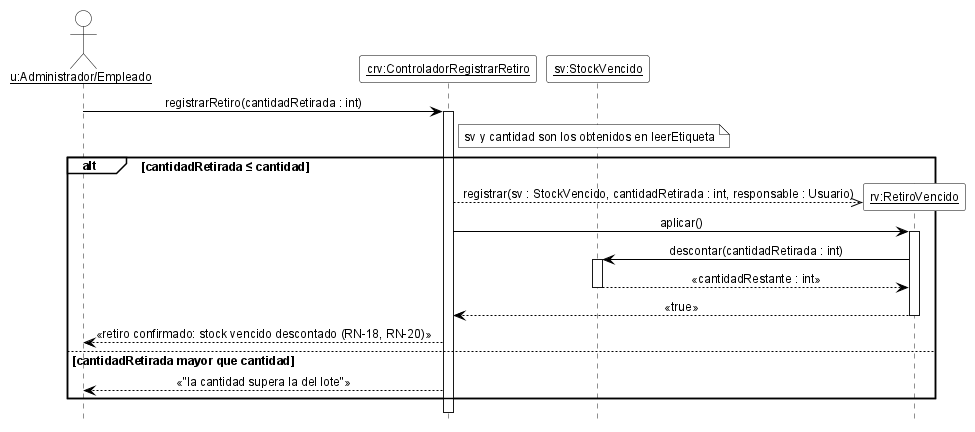
Earlier version of the PlantUML export 08-Diagrama De Secuencia/DSD_CU-07_registrarRetiro.png (cirotop/Stock-Project). Its diagram source:
```plantuml
@startuml DSD_CU-07_registrarRetiro
hide footbox
skinparam shadowing false
skinparam defaultFontName Arial
skinparam defaultFontSize 12
skinparam sequenceMessageAlign center
skinparam ArrowColor black
skinparam ParticipantBackgroundColor white
skinparam ParticipantBorderColor black
skinparam CollectionsBackgroundColor white
skinparam CollectionsBorderColor black
skinparam ActorBackgroundColor white
skinparam ActorBorderColor black
skinparam LifeLineBorderColor black
skinparam LifeLineBackgroundColor white
skinparam SequenceGroupBackgroundColor white
skinparam SequenceGroupBorderColor black
skinparam SequenceGroupHeaderFontColor black
skinparam NoteBackgroundColor white
skinparam NoteBorderColor black

actor "<u>u:Administrador/Empleado</u>" as u
participant "<u>crv:ControladorRegistrarRetiro</u>" as crv
participant "<u>sv:StockVencido</u>" as sv

u -> crv ++ : registrarRetiro(cantidadRetirada : int)
note right of crv : sv y cantidad son los obtenidos en leerEtiqueta
alt cantidadRetirada ≤ cantidad
  create participant "<u>rv:RetiroVencido</u>" as rv
  crv -->> rv : registrar(sv : StockVencido, cantidadRetirada : int, responsable : Usuario)
  crv -> rv ++ : aplicar()
  rv -> sv ++ : descontar(cantidadRetirada : int)
  sv --> rv -- : «cantidadRestante : int»
  rv --> crv -- : «true»
  crv --> u : «retiro confirmado: stock vencido descontado (RN-18, RN-20)»
else cantidadRetirada mayor que cantidad
  crv --> u : «"la cantidad supera la del lote"»
end
deactivate crv

@enduml
```
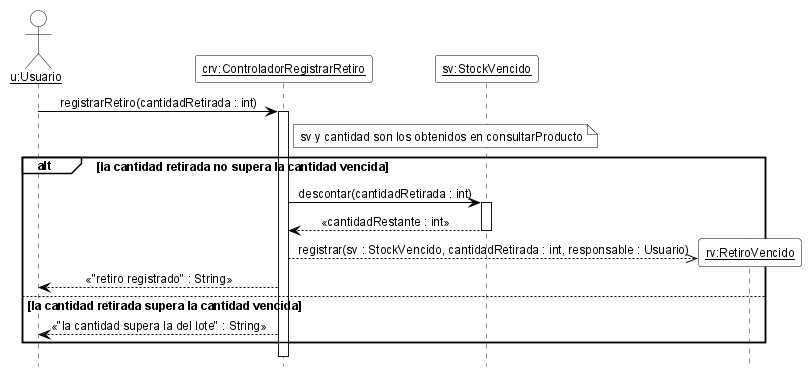
The same diagram one commit later.

The edit, as a diff of the source:
```diff
@@ -19,22 +19,20 @@
 skinparam NoteBackgroundColor white
 skinparam NoteBorderColor black
 
-actor "<u>u:Administrador/Empleado</u>" as u
+actor "<u>u:Usuario</u>" as u
 participant "<u>crv:ControladorRegistrarRetiro</u>" as crv
 participant "<u>sv:StockVencido</u>" as sv
 
 u -> crv ++ : registrarRetiro(cantidadRetirada : int)
-note right of crv : sv y cantidad son los obtenidos en leerEtiqueta
-alt cantidadRetirada ≤ cantidad
+note right of crv : sv y cantidad son los obtenidos en consultarProducto
+alt la cantidad retirada no supera la cantidad vencida
+  crv -> sv ++ : descontar(cantidadRetirada : int)
+  sv --> crv -- : «cantidadRestante : int»
   create participant "<u>rv:RetiroVencido</u>" as rv
   crv -->> rv : registrar(sv : StockVencido, cantidadRetirada : int, responsable : Usuario)
-  crv -> rv ++ : aplicar()
-  rv -> sv ++ : descontar(cantidadRetirada : int)
-  sv --> rv -- : «cantidadRestante : int»
-  rv --> crv -- : «true»
-  crv --> u : «retiro confirmado: stock vencido descontado (RN-18, RN-20)»
-else cantidadRetirada mayor que cantidad
-  crv --> u : «"la cantidad supera la del lote"»
+  crv --> u : «"retiro registrado" : String»
+else la cantidad retirada supera la cantidad vencida
+  crv --> u : «"la cantidad supera la del lote" : String»
 end
 deactivate crv
 
```
